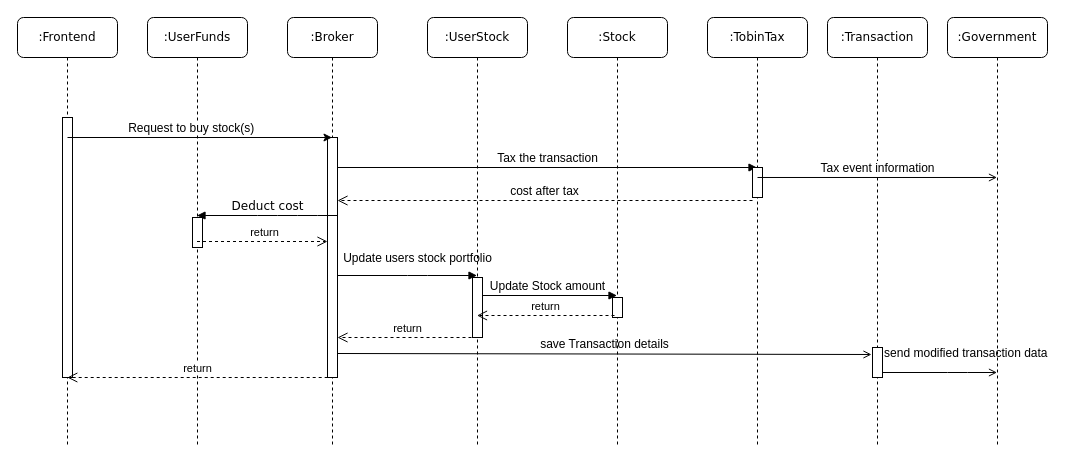
Above: DIAGRAMMER/SD_buy.drawio in TristanMoe/ITONK_PROJEKT_01 (draw.io), before the change. Source tidied: cells renumbered, new cells numbered last; positions are measured from the earlier drawing's top-left corner, leaving out a move shared by most shapes. Both pictures are drawn from the tidied source at 100%, with x=0, y=0 at pixel (17, 17).
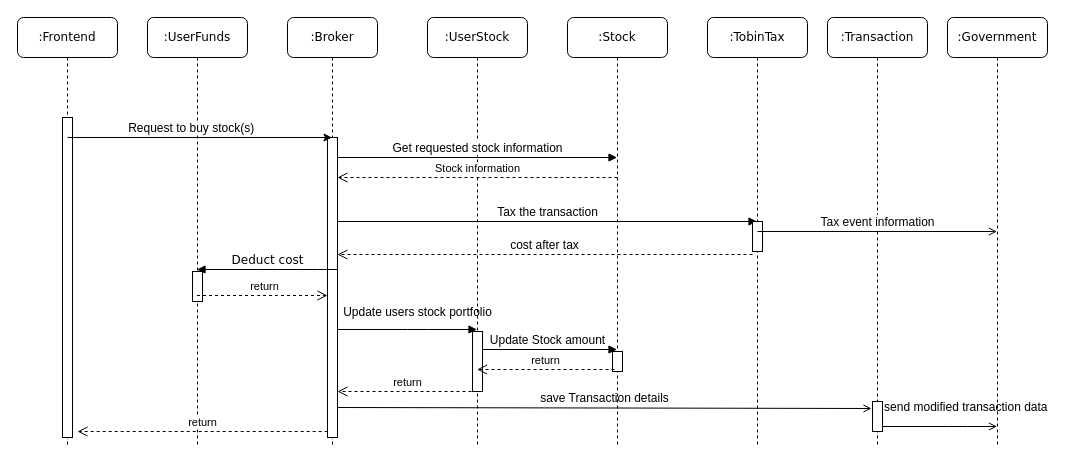
The same diagram, later.

Commit message (it also covers changes not shown here):
updated sd diagram for use case buy

The change refers to these unchanged cells:
```xml
<mxCell id="2" value=":UserFunds" style="shape=umlLifeline;perimeter=lifelinePerimeter;whiteSpace=wrap;html=1;rounded=1;shadow=0;comic=0;labelBackgroundColor=none;strokeWidth=1;fontFamily=Verdana;fontSize=12;align=center;" parent="1" vertex="1">
  <mxGeometry x="130" width="100" height="430" as="geometry" />
</mxCell>
<mxCell id="4" value=":Broker" style="shape=umlLifeline;perimeter=lifelinePerimeter;whiteSpace=wrap;html=1;outlineConnect=0;rounded=1;shadow=0;comic=0;labelBackgroundColor=none;strokeWidth=1;fontFamily=Verdana;fontSize=12;align=center;" parent="1" vertex="1">
  <mxGeometry x="270" width="90" height="430" as="geometry" />
</mxCell>
<mxCell id="11" value=":UserStock" style="shape=umlLifeline;perimeter=lifelinePerimeter;whiteSpace=wrap;html=1;rounded=1;shadow=0;comic=0;labelBackgroundColor=none;strokeWidth=1;fontFamily=Verdana;fontSize=12;align=center;" parent="1" vertex="1">
  <mxGeometry x="410" width="100" height="430" as="geometry" />
</mxCell>
<mxCell id="14" value=":Stock" style="shape=umlLifeline;perimeter=lifelinePerimeter;whiteSpace=wrap;html=1;rounded=1;shadow=0;comic=0;labelBackgroundColor=none;strokeWidth=1;fontFamily=Verdana;fontSize=12;align=center;" parent="1" vertex="1">
  <mxGeometry x="550" width="100" height="430" as="geometry" />
</mxCell>
<mxCell id="16" value=":TobinTax" style="shape=umlLifeline;perimeter=lifelinePerimeter;whiteSpace=wrap;html=1;outlineConnect=0;rounded=1;shadow=0;comic=0;labelBackgroundColor=none;strokeWidth=1;fontFamily=Verdana;fontSize=12;align=center;" parent="1" vertex="1">
  <mxGeometry x="690" width="100" height="430" as="geometry" />
</mxCell>
<mxCell id="18" value=":Frontend" style="shape=umlLifeline;perimeter=lifelinePerimeter;whiteSpace=wrap;html=1;rounded=1;shadow=0;comic=0;labelBackgroundColor=none;strokeWidth=1;fontFamily=Verdana;fontSize=12;align=center;" parent="1" vertex="1">
  <mxGeometry width="100" height="430" as="geometry" />
</mxCell>
<mxCell id="22" value=":Transaction" style="shape=umlLifeline;perimeter=lifelinePerimeter;whiteSpace=wrap;html=1;rounded=1;shadow=0;comic=0;labelBackgroundColor=none;strokeWidth=1;fontFamily=Verdana;fontSize=12;align=center;" parent="1" vertex="1">
  <mxGeometry x="810" width="100" height="430" as="geometry" />
</mxCell>
<mxCell id="25" value=":Government" style="shape=umlLifeline;perimeter=lifelinePerimeter;whiteSpace=wrap;html=1;outlineConnect=0;rounded=1;shadow=0;comic=0;labelBackgroundColor=none;strokeWidth=1;fontFamily=Verdana;fontSize=12;align=center;" parent="1" vertex="1">
  <mxGeometry x="930" width="100" height="430" as="geometry" />
</mxCell>
```

The edit, as a diff of the source:
```diff
@@
     <mxCell id="3" style="html=1;perimeter=orthogonalPerimeter;rounded=0;shadow=0;comic=0;labelBackgroundColor=none;strokeWidth=1;fontFamily=Verdana;fontSize=12;align=center;" parent="2" vertex="1">
-      <mxGeometry x="45" y="200" width="10" height="30" as="geometry" />
+      <mxGeometry x="45" y="254" width="10" height="30" as="geometry" />
     </mxCell>
@@
-    <mxCell id="5" value="&lt;font style=&quot;font-size: 12px&quot;&gt;Tax the transaction&lt;/font&gt;" style="html=1;verticalAlign=bottom;startArrow=none;startFill=0;endArrow=block;startSize=8;" parent="4" edge="1" target="16">
+    <mxCell id="5" value="&lt;font style=&quot;font-size: 12px&quot;&gt;Tax the transaction&lt;/font&gt;" style="html=1;verticalAlign=bottom;startArrow=none;startFill=0;endArrow=block;startSize=8;" parent="4" edge="1">
       <mxGeometry relative="1" as="geometry">
-        <mxPoint x="50" y="150" as="sourcePoint" />
+        <mxPoint x="50" y="204" as="sourcePoint" />
+        <mxPoint x="469.5" y="204" as="targetPoint" />
       </mxGeometry>
     </mxCell>
     <mxCell id="6" value="&lt;font style=&quot;font-size: 12px&quot;&gt;cost after tax&lt;/font&gt;" style="html=1;verticalAlign=bottom;endArrow=open;dashed=1;endSize=8;" parent="4" edge="1">
       <mxGeometry relative="1" as="geometry">
-        <mxPoint x="465" y="183" as="sourcePoint" />
-        <mxPoint x="50" y="183" as="targetPoint" />
+        <mxPoint x="465" y="237" as="sourcePoint" />
+        <mxPoint x="50" y="237" as="targetPoint" />
       </mxGeometry>
     </mxCell>
     <mxCell id="7" value="&lt;font style=&quot;font-size: 12px&quot;&gt;Update users stock portfolio&lt;/font&gt;" style="html=1;verticalAlign=bottom;startArrow=none;startFill=0;endArrow=block;startSize=8;" parent="4" edge="1">
       <mxGeometry x="0.15" y="8" relative="1" as="geometry">
-        <mxPoint x="50" y="258" as="sourcePoint" />
-        <mxPoint x="189.5" y="258" as="targetPoint" />
+        <mxPoint x="50" y="312" as="sourcePoint" />
+        <mxPoint x="189.5" y="312" as="targetPoint" />
         <Array as="points">
-          <mxPoint x="130" y="258" />
+          <mxPoint x="130" y="312" />
         </Array>
       </mxGeometry>
     </mxCell>
     <mxCell id="8" style="html=1;perimeter=orthogonalPerimeter;rounded=0;shadow=0;comic=0;labelBackgroundColor=none;strokeWidth=1;fontFamily=Verdana;fontSize=12;align=center;" parent="4" vertex="1">
-      <mxGeometry x="40" y="120" width="10" height="240" as="geometry" />
+      <mxGeometry x="40" y="120" width="10" height="300" as="geometry" />
     </mxCell>
     <mxCell id="9" style="html=1;perimeter=orthogonalPerimeter;rounded=0;shadow=0;comic=0;labelBackgroundColor=none;strokeColor=#000000;strokeWidth=1;fillColor=#FFFFFF;fontFamily=Verdana;fontSize=12;fontColor=#000000;align=center;" parent="4" vertex="1">
-      <mxGeometry x="465" y="150" width="10" height="20" as="geometry" />
+      <mxGeometry x="465" y="204" width="10" height="20" as="geometry" />
     </mxCell>
     <mxCell id="10" value="&lt;font style=&quot;font-size: 12px&quot;&gt;save Transaction details&lt;/font&gt;" style="html=1;verticalAlign=bottom;endArrow=open;endFill=0;entryX=-0.1;entryY=0.233;entryDx=0;entryDy=0;entryPerimeter=0;" parent="4" edge="1" target="23">
       <mxGeometry relative="1" as="geometry">
-        <mxPoint x="50" y="336" as="sourcePoint" />
+        <mxPoint x="50" y="390" as="sourcePoint" />
       </mxGeometry>
     </mxCell>
@@
     <mxCell id="12" value="&lt;font style=&quot;font-size: 12px&quot;&gt;Update Stock amount&lt;/font&gt;" style="html=1;verticalAlign=bottom;endArrow=block;" parent="11" edge="1">
       <mxGeometry relative="1" as="geometry">
-        <mxPoint x="50" y="278" as="sourcePoint" />
-        <mxPoint x="189.5" y="278" as="targetPoint" />
+        <mxPoint x="50" y="332" as="sourcePoint" />
+        <mxPoint x="189.5" y="332" as="targetPoint" />
       </mxGeometry>
     </mxCell>
     <mxCell id="13" style="html=1;perimeter=orthogonalPerimeter;rounded=0;shadow=0;comic=0;labelBackgroundColor=none;strokeWidth=1;fontFamily=Verdana;fontSize=12;align=center;" parent="11" vertex="1">
-      <mxGeometry x="45" y="260" width="10" height="60" as="geometry" />
+      <mxGeometry x="45" y="314" width="10" height="60" as="geometry" />
     </mxCell>
@@
     <mxCell id="15" style="html=1;perimeter=orthogonalPerimeter;rounded=0;shadow=0;comic=0;labelBackgroundColor=none;strokeWidth=1;fontFamily=Verdana;fontSize=12;align=center;" parent="14" vertex="1">
-      <mxGeometry x="45" y="280" width="10" height="20" as="geometry" />
+      <mxGeometry x="45" y="334" width="10" height="20" as="geometry" />
     </mxCell>
@@
     <mxCell id="17" style="html=1;points=[];perimeter=orthogonalPerimeter;rounded=0;shadow=0;comic=0;labelBackgroundColor=none;strokeWidth=1;fontFamily=Verdana;fontSize=12;align=center;" parent="16" vertex="1">
-      <mxGeometry x="45" y="150" width="10" height="30" as="geometry" />
+      <mxGeometry x="45" y="204" width="10" height="30" as="geometry" />
     </mxCell>
@@
     <mxCell id="19" style="html=1;perimeter=orthogonalPerimeter;rounded=0;shadow=0;comic=0;labelBackgroundColor=none;strokeWidth=1;fontFamily=Verdana;fontSize=12;align=center;" parent="18" vertex="1">
-      <mxGeometry x="45" y="100" width="10" height="260" as="geometry" />
+      <mxGeometry x="45" y="100" width="10" height="320" as="geometry" />
     </mxCell>
@@
     <mxCell id="21" value="Deduct cost" style="html=1;verticalAlign=bottom;endArrow=block;labelBackgroundColor=none;fontFamily=Verdana;fontSize=12;" parent="1" edge="1">
       <mxGeometry relative="1" as="geometry">
-        <mxPoint x="319.5" y="198" as="sourcePoint" />
-        <mxPoint x="179.5" y="198" as="targetPoint" />
+        <mxPoint x="319.5" y="252" as="sourcePoint" />
+        <mxPoint x="179.5" y="252" as="targetPoint" />
         <Array as="points">
-          <mxPoint x="290" y="198" />
-          <mxPoint x="250" y="198" />
+          <mxPoint x="290" y="252" />
+          <mxPoint x="250" y="252" />
         </Array>
       </mxGeometry>
     </mxCell>
@@
     <mxCell id="23" style="html=1;points=[];perimeter=orthogonalPerimeter;rounded=0;shadow=0;comic=0;labelBackgroundColor=none;strokeWidth=1;fontFamily=Verdana;fontSize=12;align=center;" parent="22" vertex="1">
-      <mxGeometry x="45" y="330" width="10" height="30" as="geometry" />
+      <mxGeometry x="45" y="384" width="10" height="30" as="geometry" />
     </mxCell>
     <mxCell id="24" value="&lt;font style=&quot;font-size: 12px&quot;&gt;send modified transaction data&amp;nbsp;&lt;/font&gt;" style="html=1;verticalAlign=bottom;endArrow=open;endFill=0;" parent="22" edge="1" source="23">
       <mxGeometry x="0.48" y="10" relative="1" as="geometry">
-        <mxPoint x="169.5" y="355" as="targetPoint" />
+        <mxPoint x="169.5" y="409" as="targetPoint" />
         <Array as="points">
-          <mxPoint x="130" y="355" />
+          <mxPoint x="130" y="409" />
         </Array>
       </mxGeometry>
     </mxCell>
@@
     <mxCell id="26" value="return" style="html=1;verticalAlign=bottom;endArrow=open;dashed=1;endSize=8;" parent="1" edge="1">
       <mxGeometry x="0.01" relative="1" as="geometry">
-        <mxPoint x="179.5" y="224" as="sourcePoint" />
-        <mxPoint x="310" y="224" as="targetPoint" />
+        <mxPoint x="179.5" y="278" as="sourcePoint" />
+        <mxPoint x="310" y="278" as="targetPoint" />
         <Array as="points">
-          <mxPoint x="250" y="224" />
+          <mxPoint x="250" y="278" />
         </Array>
         <mxPoint x="1" as="offset" />
       </mxGeometry>
     </mxCell>
     <mxCell id="27" value="return" style="html=1;verticalAlign=bottom;endArrow=open;dashed=1;endSize=8;exitX=0.47;exitY=0.488;exitDx=0;exitDy=0;exitPerimeter=0;" parent="1" edge="1">
       <mxGeometry relative="1" as="geometry">
-        <mxPoint x="597" y="298" as="sourcePoint" />
-        <mxPoint x="459.5" y="298" as="targetPoint" />
+        <mxPoint x="597" y="352" as="sourcePoint" />
+        <mxPoint x="459.5" y="352" as="targetPoint" />
       </mxGeometry>
     </mxCell>
     <mxCell id="28" value="return" style="html=1;verticalAlign=bottom;endArrow=open;dashed=1;endSize=8;" parent="1" edge="1">
       <mxGeometry relative="1" as="geometry">
-        <mxPoint x="460" y="320" as="sourcePoint" />
-        <mxPoint x="320" y="320" as="targetPoint" />
+        <mxPoint x="460" y="374" as="sourcePoint" />
+        <mxPoint x="320" y="374" as="targetPoint" />
       </mxGeometry>
     </mxCell>
     <mxCell id="29" value="return" style="html=1;verticalAlign=bottom;endArrow=open;dashed=1;endSize=8;" parent="1" edge="1">
       <mxGeometry relative="1" as="geometry">
-        <mxPoint x="310.2" y="360" as="sourcePoint" />
-        <mxPoint x="49.8" y="360" as="targetPoint" />
+        <mxPoint x="310.2" y="414" as="sourcePoint" />
+        <mxPoint x="60" y="414" as="targetPoint" />
       </mxGeometry>
     </mxCell>
-    <mxCell id="30" value="&lt;font style=&quot;font-size: 12px&quot;&gt;Tax event information&lt;/font&gt;" style="html=1;verticalAlign=bottom;endArrow=open;endFill=0;exitX=0.5;exitY=0.333;exitDx=0;exitDy=0;exitPerimeter=0;" parent="1" edge="1" source="17" target="25">
-      <mxGeometry relative="1" as="geometry" />
+    <mxCell id="30" value="&lt;font style=&quot;font-size: 12px&quot;&gt;Tax event information&lt;/font&gt;" style="html=1;verticalAlign=bottom;endArrow=open;endFill=0;exitX=0.5;exitY=0.333;exitDx=0;exitDy=0;exitPerimeter=0;" parent="1" edge="1" source="17">
+      <mxGeometry relative="1" as="geometry">
+        <mxPoint x="979.5" y="214" as="targetPoint" />
+      </mxGeometry>
     </mxCell>
+    <mxCell id="31" value="&lt;font style=&quot;font-size: 12px&quot;&gt;Get requested stock information&lt;/font&gt;" style="html=1;verticalAlign=bottom;endArrow=block;" parent="1" edge="1">
+      <mxGeometry relative="1" as="geometry">
+        <mxPoint x="320" y="140" as="sourcePoint" />
+        <mxPoint x="599.5" y="140" as="targetPoint" />
+      </mxGeometry>
+    </mxCell>
+    <mxCell id="32" value="Stock information" style="html=1;verticalAlign=bottom;endArrow=open;dashed=1;endSize=8;" parent="1" edge="1">
+      <mxGeometry relative="1" as="geometry">
+        <mxPoint x="600" y="160" as="sourcePoint" />
+        <mxPoint x="320" y="160" as="targetPoint" />
+      </mxGeometry>
+    </mxCell>
```
